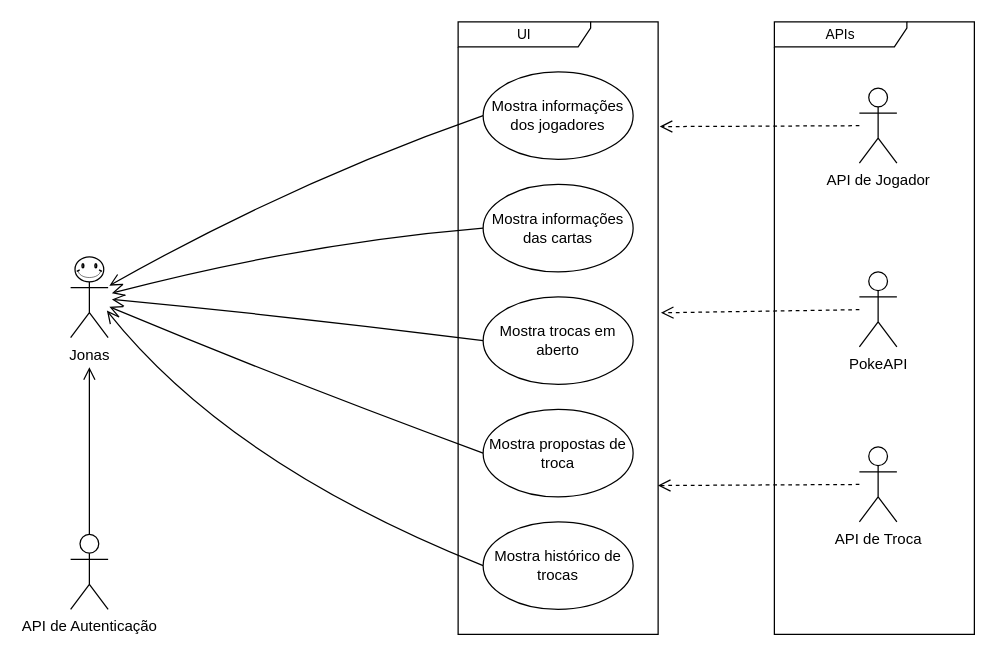
This is page "Diagrama de caso de uso" (1 of 2) of .docs/diagrama-painel-adm.drawio from InatelS203-2025-1/painel-admin, a draw.io file, before an edit. Source tidied: cells renumbered, new cells numbered last; positions are measured from the earlier drawing's top-left corner, leaving out a move shared by most shapes. Both pictures are drawn from the tidied source at 125%, with x=0, y=0 at pixel (70, 21).
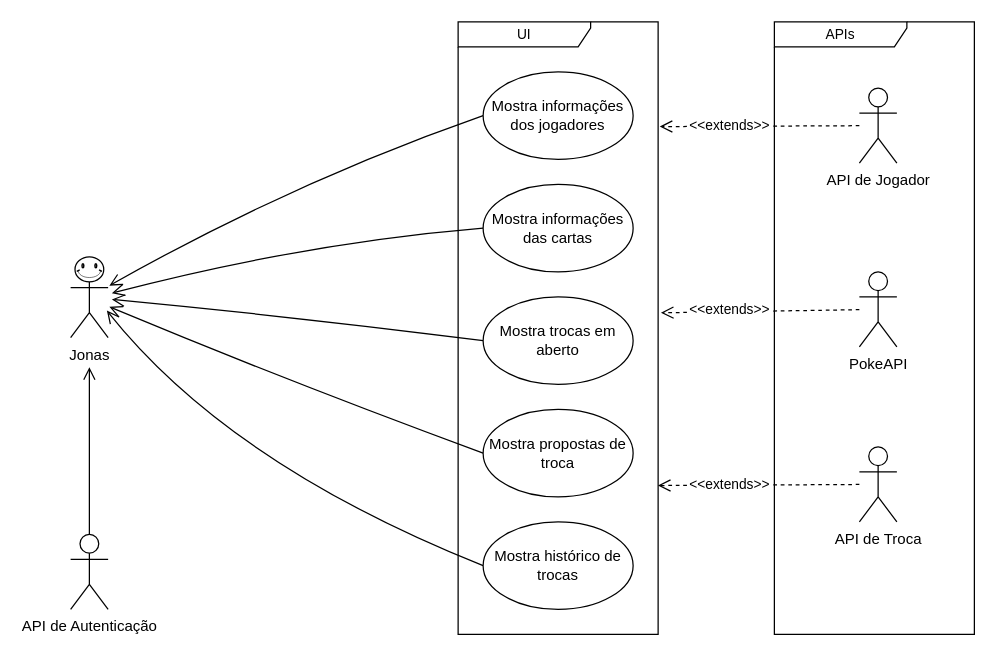
After the change.

The change refers to these unchanged cells:
```xml
<mxCell id="19" style="edgeStyle=none;curved=1;rounded=0;jettySize=auto;html=1;entryX=1.008;entryY=0.171;entryDx=0;entryDy=0;entryPerimeter=0;fontSize=12;startSize=8;endSize=8;endArrow=open;endFill=0;dashed=1;" parent="1" edge="1" source="16" target="14">
  <mxGeometry relative="1" as="geometry" />
</mxCell>
<mxCell id="20" style="edgeStyle=none;curved=1;rounded=0;jettySize=auto;html=1;entryX=0.999;entryY=0.757;entryDx=0;entryDy=0;entryPerimeter=0;fontSize=12;startSize=8;endSize=8;endArrow=open;endFill=0;dashed=1;" parent="1" edge="1" source="18" target="14">
  <mxGeometry relative="1" as="geometry" />
</mxCell>
<mxCell id="21" style="edgeStyle=none;curved=1;rounded=0;jettySize=auto;html=1;entryX=1.014;entryY=0.475;entryDx=0;entryDy=0;entryPerimeter=0;fontSize=12;startSize=8;endSize=8;endArrow=open;endFill=0;dashed=1;" parent="1" edge="1" source="17" target="14">
  <mxGeometry relative="1" as="geometry" />
</mxCell>
```

Diff of the diagram source:
```diff
@@
+    <mxCell id="24" value="&amp;lt;&amp;lt;extends&amp;gt;&amp;gt;" style="edgeLabel;html=1;align=center;verticalAlign=middle;" parent="19" vertex="1">
+      <mxGeometry x="0.45" y="-2" relative="1" as="geometry">
+        <mxPoint x="12" y="1" as="offset" />
+      </mxGeometry>
+    </mxCell>
@@
+    <mxCell id="25" value="&amp;lt;&amp;lt;extends&amp;gt;&amp;gt;" style="edgeLabel;html=1;align=center;verticalAlign=middle;" parent="20" vertex="1">
+      <mxGeometry x="0.29" y="1" relative="1" as="geometry">
+        <mxPoint x="-1" y="-2" as="offset" />
+      </mxGeometry>
+    </mxCell>
@@
+    <mxCell id="26" value="&amp;lt;&amp;lt;extends&amp;gt;&amp;gt;" style="edgeLabel;html=1;align=center;verticalAlign=middle;" parent="21" vertex="1">
+      <mxGeometry x="0.35" relative="1" as="geometry">
+        <mxPoint x="2" y="-2" as="offset" />
+      </mxGeometry>
+    </mxCell>
```
